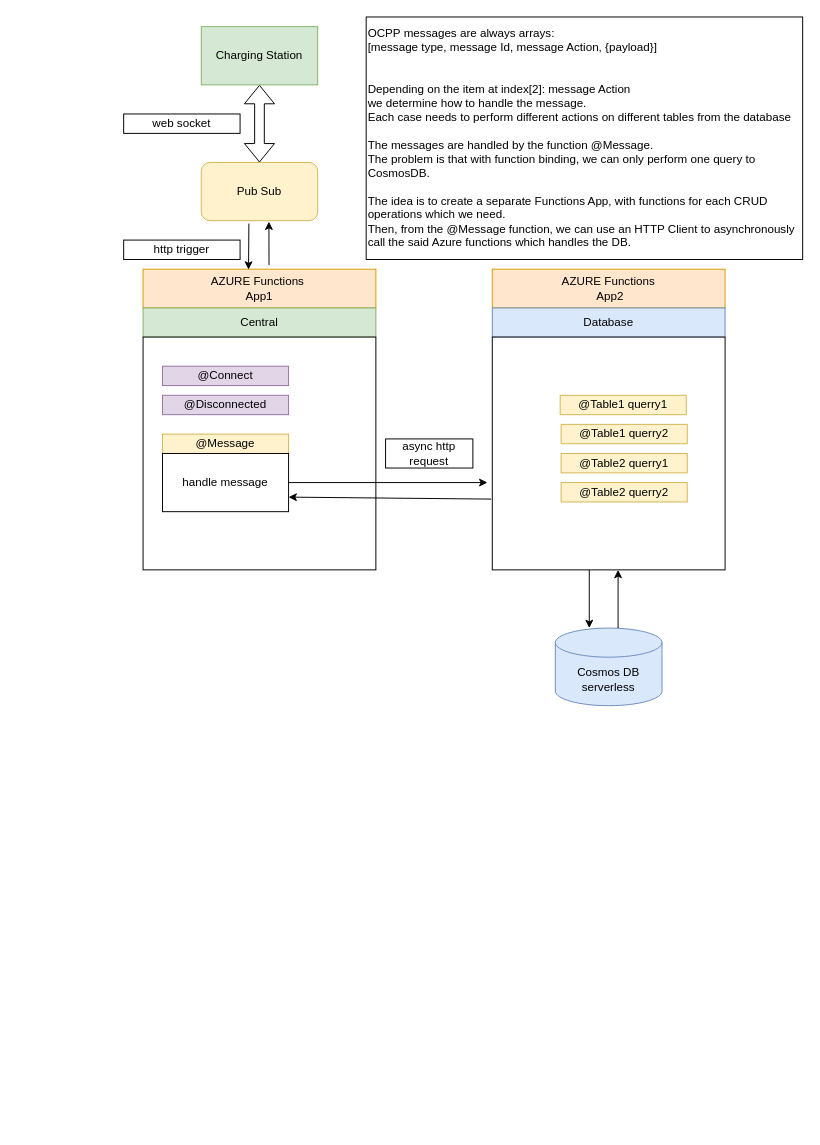
Above: FunctionsDatabase.drawio in stefanszeke/diargrams_io (draw.io), before the change. Source tidied: cells renumbered, new cells numbered last; positions are measured from the earlier drawing's top-left corner, leaving out a move shared by most shapes. Both pictures are drawn from the tidied source at 97%, with x=0, y=0 at pixel (123, 16).
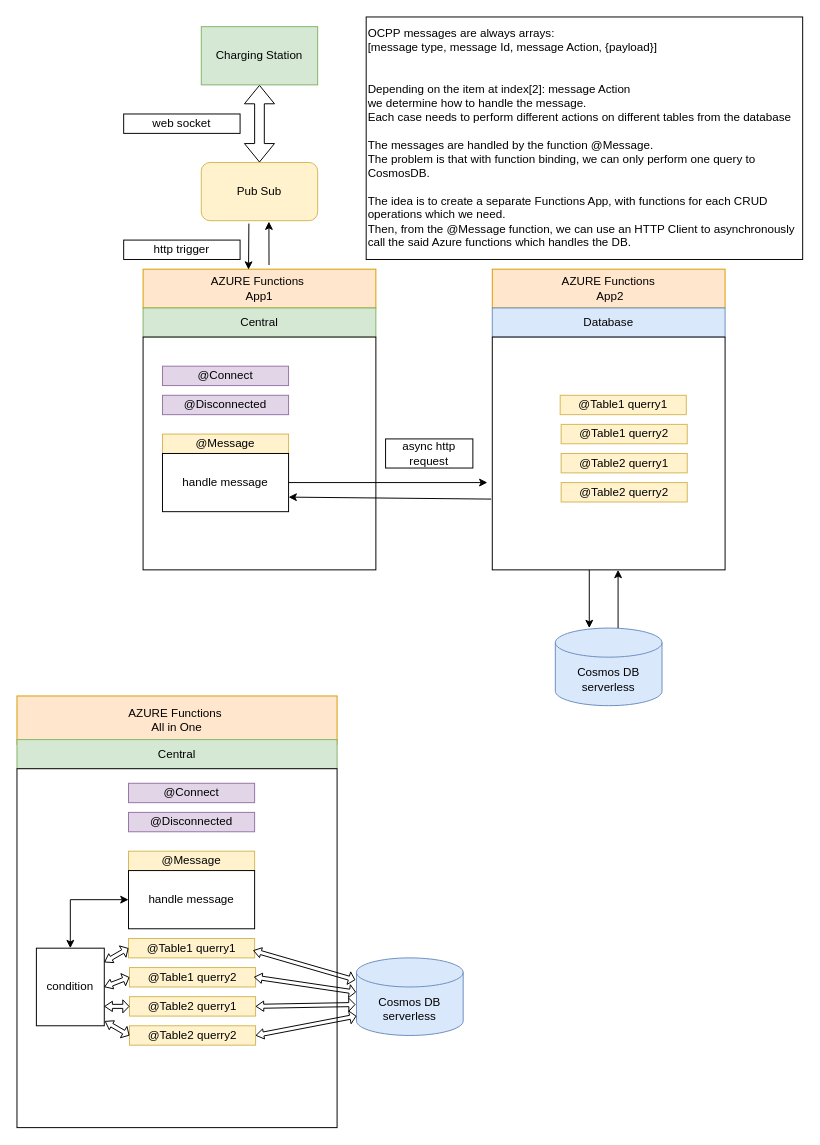
After the change.

What changed in the source:
```diff
@@
+    <mxCell id="30" value="&lt;div&gt;AZURE Functions&amp;nbsp;&lt;/div&gt;&lt;div&gt;All in One&lt;br&gt;&lt;/div&gt;" style="rounded=0;whiteSpace=wrap;html=1;fillColor=#ffe6cc;strokeColor=#d79b00;" parent="1" vertex="1">
+      <mxGeometry x="-110" y="700" width="330" height="50" as="geometry" />
+    </mxCell>
+    <mxCell id="31" value="Central" style="rounded=0;whiteSpace=wrap;html=1;fillColor=#d5e8d4;strokeColor=#82b366;" parent="1" vertex="1">
+      <mxGeometry x="-110" y="745" width="330" height="30" as="geometry" />
+    </mxCell>
+    <mxCell id="32" style="rounded=0;whiteSpace=wrap;html=1;" parent="1" vertex="1">
+      <mxGeometry x="-110" y="775" width="330" height="370" as="geometry" />
+    </mxCell>
+    <mxCell id="33" value="@Connect" style="rounded=0;whiteSpace=wrap;html=1;fillColor=#e1d5e7;strokeColor=#9673a6;" parent="1" vertex="1">
+      <mxGeometry x="5" y="790" width="130" height="20" as="geometry" />
+    </mxCell>
+    <mxCell id="34" value="@Disconnected" style="rounded=0;whiteSpace=wrap;html=1;fillColor=#e1d5e7;strokeColor=#9673a6;" parent="1" vertex="1">
+      <mxGeometry x="5" y="820" width="130" height="20" as="geometry" />
+    </mxCell>
+    <mxCell id="35" value="@Message" style="rounded=0;whiteSpace=wrap;html=1;fillColor=#fff2cc;strokeColor=#d6b656;" parent="1" vertex="1">
+      <mxGeometry x="5" y="860" width="130" height="20" as="geometry" />
+    </mxCell>
+    <mxCell id="36" style="edgeStyle=orthogonalEdgeStyle;rounded=0;jettySize=auto;html=1;startArrow=classic;startFill=1;" parent="1" edge="1" source="37" target="47">
+      <mxGeometry relative="1" as="geometry" />
+    </mxCell>
+    <mxCell id="37" value="handle message" style="rounded=0;whiteSpace=wrap;html=1;" parent="1" vertex="1">
+      <mxGeometry x="5" y="880" width="130" height="60" as="geometry" />
+    </mxCell>
+    <mxCell id="38" value="@Table1 querry1" style="rounded=0;whiteSpace=wrap;html=1;fillColor=#fff2cc;strokeColor=#d6b656;" parent="1" vertex="1">
+      <mxGeometry x="5" y="950" width="130" height="20" as="geometry" />
+    </mxCell>
+    <mxCell id="39" value="@Table1 querry2" style="rounded=0;whiteSpace=wrap;html=1;fillColor=#fff2cc;strokeColor=#d6b656;" parent="1" vertex="1">
+      <mxGeometry x="6" y="980" width="130" height="20" as="geometry" />
+    </mxCell>
+    <mxCell id="40" value="@Table2 querry1" style="rounded=0;whiteSpace=wrap;html=1;fillColor=#fff2cc;strokeColor=#d6b656;" parent="1" vertex="1">
+      <mxGeometry x="6" y="1010" width="130" height="20" as="geometry" />
+    </mxCell>
+    <mxCell id="41" value="@Table2 querry2" style="rounded=0;whiteSpace=wrap;html=1;fillColor=#fff2cc;strokeColor=#d6b656;" parent="1" vertex="1">
+      <mxGeometry x="6" y="1040" width="130" height="20" as="geometry" />
+    </mxCell>
+    <mxCell id="42" value="&lt;div&gt;Cosmos DB&lt;/div&gt;&lt;div&gt;serverless&lt;br&gt;&lt;/div&gt;" style="shape=cylinder3;whiteSpace=wrap;html=1;boundedLbl=1;backgroundOutline=1;size=15;fillColor=#dae8fc;strokeColor=#6c8ebf;" parent="1" vertex="1">
+      <mxGeometry x="240" y="970" width="110" height="80" as="geometry" />
+    </mxCell>
+    <mxCell id="43" style="shape=flexArrow;endArrow=classic;startArrow=classic;html=1;rounded=0;exitX=0.988;exitY=0.614;exitDx=0;exitDy=0;exitPerimeter=0;entryX=-0.011;entryY=0.285;entryDx=0;entryDy=0;entryPerimeter=0;width=4.166666666666667;startSize=2.2888888888888888;startWidth=5.401234567901234;endSize=1.8083333333333331;endWidth=8.287037037037036;" parent="1" edge="1" source="38" target="42">
+      <mxGeometry relative="1" as="geometry" />
+    </mxCell>
+    <mxCell id="44" style="shape=flexArrow;endArrow=classic;startArrow=classic;html=1;rounded=0;entryX=-0.004;entryY=0.442;entryDx=0;entryDy=0;entryPerimeter=0;width=4.166666666666667;startSize=2.2888888888888888;startWidth=5.401234567901234;endSize=1.8083333333333331;endWidth=8.287037037037036;exitX=0.987;exitY=0.489;exitDx=0;exitDy=0;exitPerimeter=0;" parent="1" edge="1" source="39" target="42">
+      <mxGeometry relative="1" as="geometry" />
+    </mxCell>
+    <mxCell id="45" style="shape=flexArrow;endArrow=classic;startArrow=classic;html=1;rounded=0;entryX=-0.009;entryY=0.601;entryDx=0;entryDy=0;entryPerimeter=0;width=4.166666666666667;startSize=2.2888888888888888;startWidth=5.401234567901234;endSize=1.8083333333333331;endWidth=8.287037037037036;exitX=1;exitY=0.5;exitDx=0;exitDy=0;" parent="1" edge="1" source="40" target="42">
+      <mxGeometry relative="1" as="geometry" />
+    </mxCell>
+    <mxCell id="46" style="shape=flexArrow;endArrow=classic;startArrow=classic;html=1;rounded=0;width=4.166666666666667;startSize=2.2888888888888888;startWidth=5.401234567901234;endSize=1.8083333333333331;endWidth=8.287037037037036;exitX=1;exitY=0.5;exitDx=0;exitDy=0;" parent="1" edge="1" source="41">
+      <mxGeometry relative="1" as="geometry">
+        <mxPoint x="240" y="1030" as="targetPoint" />
+      </mxGeometry>
+    </mxCell>
+    <mxCell id="47" value="condition" style="rounded=0;whiteSpace=wrap;html=1;" parent="1" vertex="1">
+      <mxGeometry x="-90" y="960" width="70" height="80" as="geometry" />
+    </mxCell>
+    <mxCell id="48" style="shape=flexArrow;endArrow=classic;startArrow=classic;html=1;rounded=0;exitX=0.988;exitY=0.614;exitDx=0;exitDy=0;exitPerimeter=0;entryX=0;entryY=0.5;entryDx=0;entryDy=0;width=4.166666666666667;startSize=2.2888888888888888;startWidth=5.401234567901234;endSize=1.8083333333333331;endWidth=8.287037037037036;" parent="1" edge="1" target="38">
+      <mxGeometry relative="1" as="geometry">
+        <mxPoint x="-20" y="974.5" as="sourcePoint" />
+      </mxGeometry>
+    </mxCell>
+    <mxCell id="49" style="shape=flexArrow;endArrow=classic;startArrow=classic;html=1;rounded=0;exitX=1;exitY=0.5;exitDx=0;exitDy=0;entryX=0;entryY=0.5;entryDx=0;entryDy=0;width=4.166666666666667;startSize=2.2888888888888888;startWidth=5.401234567901234;endSize=1.8083333333333331;endWidth=8.287037037037036;" parent="1" edge="1" source="47" target="39">
+      <mxGeometry relative="1" as="geometry" />
+    </mxCell>
+    <mxCell id="50" style="shape=flexArrow;endArrow=classic;startArrow=classic;html=1;rounded=0;exitX=1;exitY=0.75;exitDx=0;exitDy=0;entryX=0;entryY=0.5;entryDx=0;entryDy=0;width=4.166666666666667;startSize=2.2888888888888888;startWidth=5.401234567901234;endSize=1.8083333333333331;endWidth=8.287037037037036;" parent="1" edge="1" source="47" target="40">
+      <mxGeometry relative="1" as="geometry" />
+    </mxCell>
+    <mxCell id="51" style="shape=flexArrow;endArrow=classic;startArrow=classic;html=1;rounded=0;exitX=1.008;exitY=0.94;exitDx=0;exitDy=0;entryX=0;entryY=0.5;entryDx=0;entryDy=0;width=4.166666666666667;startSize=2.2888888888888888;startWidth=5.401234567901234;endSize=1.8083333333333331;endWidth=8.287037037037036;exitPerimeter=0;" parent="1" edge="1" source="47" target="41">
+      <mxGeometry relative="1" as="geometry" />
+    </mxCell>
```
